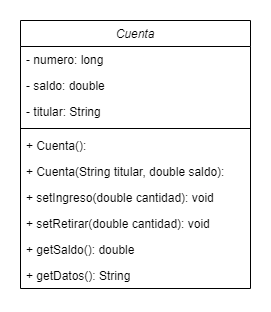
salazar3148/EjercicioPractico keeps this draw.io diagram as UML.png. Above is the earlier version. Source tidied: cells renumbered, new cells last; positions are measured from the earlier drawing's top-left corner, leaving out a move shared by most shapes. Source of this version:
```xml
<mxGraphModel>
  <root>
    <mxCell id="0" />
    <mxCell id="1" parent="0" />
    <mxCell id="2" value="Cuenta" style="swimlane;fontStyle=2;align=center;verticalAlign=top;horizontal=1;startSize=26;rounded=0;shadow=0;strokeWidth=1;" parent="1" vertex="1">
      <mxGeometry width="230" height="268" as="geometry" />
    </mxCell>
    <mxCell id="3" value="- numero: long" style="text;align=left;verticalAlign=top;spacingLeft=4;spacingRight=4;overflow=hidden;" parent="2" vertex="1">
      <mxGeometry y="26" width="230" height="26" as="geometry" />
    </mxCell>
    <mxCell id="4" value="- saldo: double" style="text;align=left;verticalAlign=top;spacingLeft=4;spacingRight=4;overflow=hidden;points=[[0,0.5],[1,0.5]];portConstraint=eastwest;rounded=0;shadow=0;html=0;" parent="2" vertex="1">
      <mxGeometry y="52" width="230" height="26" as="geometry" />
    </mxCell>
    <mxCell id="5" value="- titular: String" style="text;align=left;verticalAlign=top;spacingLeft=4;spacingRight=4;overflow=hidden;" parent="2" vertex="1">
      <mxGeometry y="78" width="230" height="26" as="geometry" />
    </mxCell>
    <mxCell id="6" style="line;html=1;strokeWidth=1;align=left;verticalAlign=middle;spacingTop=-1;spacingLeft=3;spacingRight=3;labelPosition=right;" parent="2" vertex="1">
      <mxGeometry y="104" width="230" height="8" as="geometry" />
    </mxCell>
    <mxCell id="7" value="+ Cuenta():" style="text;align=left;verticalAlign=top;spacingLeft=4;spacingRight=4;overflow=hidden;" parent="2" vertex="1">
      <mxGeometry y="112" width="230" height="26" as="geometry" />
    </mxCell>
    <mxCell id="8" value="+ Cuenta(String titular, double saldo):" style="text;align=left;verticalAlign=top;spacingLeft=4;spacingRight=4;overflow=hidden;" parent="2" vertex="1">
      <mxGeometry y="138" width="230" height="26" as="geometry" />
    </mxCell>
    <mxCell id="9" value="+ setIngreso(double cantidad): void" style="text;align=left;verticalAlign=top;spacingLeft=4;spacingRight=4;overflow=hidden;" parent="2" vertex="1">
      <mxGeometry y="164" width="230" height="26" as="geometry" />
    </mxCell>
    <mxCell id="10" value="+ setRetirar(double cantidad): void" style="text;align=left;verticalAlign=top;spacingLeft=4;spacingRight=4;overflow=hidden;" parent="2" vertex="1">
      <mxGeometry y="190" width="230" height="26" as="geometry" />
    </mxCell>
    <mxCell id="11" value="+ getSaldo(): double" style="text;align=left;verticalAlign=top;spacingLeft=4;spacingRight=4;overflow=hidden;" parent="2" vertex="1">
      <mxGeometry y="216" width="230" height="26" as="geometry" />
    </mxCell>
    <mxCell id="12" value="+ getDatos(): String" style="text;align=left;verticalAlign=top;spacingLeft=4;spacingRight=4;overflow=hidden;" parent="2" vertex="1">
      <mxGeometry y="242" width="230" height="26" as="geometry" />
    </mxCell>
  </root>
</mxGraphModel>
```
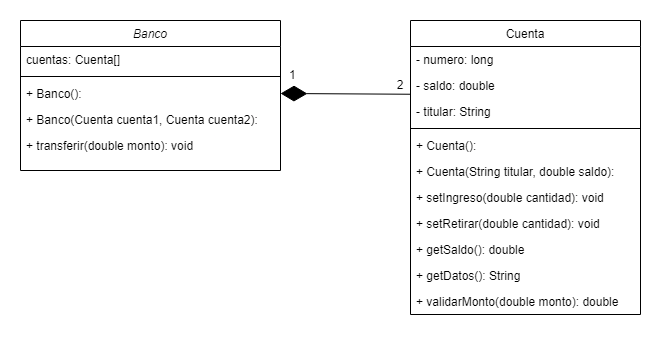
The same diagram one commit later.

Commit message:
class Banco

Change to the diagram source:
```diff
@@ -2,38 +2,68 @@
   <root>
     <mxCell id="0" />
     <mxCell id="1" parent="0" />
-    <mxCell id="2" value="Cuenta" style="swimlane;fontStyle=2;align=center;verticalAlign=top;horizontal=1;startSize=26;rounded=0;shadow=0;strokeWidth=1;" parent="1" vertex="1">
-      <mxGeometry width="230" height="268" as="geometry" />
+    <mxCell id="2" value="Banco" style="swimlane;fontStyle=2;align=center;verticalAlign=top;horizontal=1;startSize=26;rounded=0;shadow=0;strokeWidth=1;" parent="1" vertex="1">
+      <mxGeometry width="260" height="150" as="geometry" />
     </mxCell>
+    <mxCell id="5" value="cuentas: Cuenta[]" style="text;align=left;verticalAlign=top;spacingLeft=4;spacingRight=4;overflow=hidden;" parent="2" vertex="1">
+      <mxGeometry y="26" width="260" height="26" as="geometry" />
+    </mxCell>
+    <mxCell id="6" style="line;html=1;strokeWidth=1;align=left;verticalAlign=middle;spacingTop=-1;spacingLeft=3;spacingRight=3;labelPosition=right;" parent="2" vertex="1">
+      <mxGeometry y="52" width="260" height="8" as="geometry" />
+    </mxCell>
+    <mxCell id="13" value="+ Banco():" style="text;align=left;verticalAlign=top;spacingLeft=4;spacingRight=4;overflow=hidden;points=[[0,0.5],[1,0.5]];portConstraint=eastwest;" parent="2" vertex="1">
+      <mxGeometry y="60" width="260" height="26" as="geometry" />
+    </mxCell>
+    <mxCell id="14" value="+ Banco(Cuenta cuenta1, Cuenta cuenta2):" style="text;align=left;verticalAlign=top;spacingLeft=4;spacingRight=4;overflow=hidden;" parent="2" vertex="1">
+      <mxGeometry y="86" width="260" height="26" as="geometry" />
+    </mxCell>
+    <mxCell id="15" value="+ transferir(double monto): void" style="text;align=left;verticalAlign=top;spacingLeft=4;spacingRight=4;overflow=hidden;" parent="2" vertex="1">
+      <mxGeometry y="112" width="260" height="28" as="geometry" />
+    </mxCell>
+    <mxCell id="16" value="Cuenta" style="swimlane;fontStyle=0;align=center;verticalAlign=top;horizontal=1;startSize=26;rounded=0;shadow=0;strokeWidth=1;" parent="1" vertex="1">
+      <mxGeometry x="390" width="230" height="294" as="geometry" />
+    </mxCell>
-    <mxCell id="3" value="- numero: long" style="text;align=left;verticalAlign=top;spacingLeft=4;spacingRight=4;overflow=hidden;" parent="2" vertex="1">
+    <mxCell id="3" value="- numero: long" style="text;align=left;verticalAlign=top;spacingLeft=4;spacingRight=4;overflow=hidden;rounded=0;shadow=0;html=0;" parent="16" vertex="1">
       <mxGeometry y="26" width="230" height="26" as="geometry" />
     </mxCell>
-    <mxCell id="4" value="- saldo: double" style="text;align=left;verticalAlign=top;spacingLeft=4;spacingRight=4;overflow=hidden;points=[[0,0.5],[1,0.5]];portConstraint=eastwest;rounded=0;shadow=0;html=0;" parent="2" vertex="1">
+    <mxCell id="4" value="- saldo: double" style="text;align=left;verticalAlign=top;spacingLeft=4;spacingRight=4;overflow=hidden;points=[[0,0.5],[1,0.5]];portConstraint=eastwest;rounded=0;shadow=0;html=0;" parent="16" vertex="1">
       <mxGeometry y="52" width="230" height="26" as="geometry" />
     </mxCell>
-    <mxCell id="5" value="- titular: String" style="text;align=left;verticalAlign=top;spacingLeft=4;spacingRight=4;overflow=hidden;" parent="2" vertex="1">
-      <mxGeometry y="78" width="230" height="26" as="geometry" />
-    </mxCell>
-    <mxCell id="6" style="line;html=1;strokeWidth=1;align=left;verticalAlign=middle;spacingTop=-1;spacingLeft=3;spacingRight=3;labelPosition=right;" parent="2" vertex="1">
-      <mxGeometry y="104" width="230" height="8" as="geometry" />
-    </mxCell>
+    <mxCell id="17" value="- titular: String" style="text;align=left;verticalAlign=top;spacingLeft=4;spacingRight=4;overflow=hidden;rounded=0;shadow=0;html=0;" parent="16" vertex="1">
+      <mxGeometry y="78" width="230" height="26" as="geometry" />
+    </mxCell>
+    <mxCell id="18" style="line;html=1;strokeWidth=1;align=left;verticalAlign=middle;spacingTop=-1;spacingLeft=3;spacingRight=3;labelPosition=right;" parent="16" vertex="1">
+      <mxGeometry y="104" width="230" height="8" as="geometry" />
+    </mxCell>
-    <mxCell id="7" value="+ Cuenta():" style="text;align=left;verticalAlign=top;spacingLeft=4;spacingRight=4;overflow=hidden;" parent="2" vertex="1">
+    <mxCell id="7" value="+ Cuenta():" style="text;align=left;verticalAlign=top;spacingLeft=4;spacingRight=4;overflow=hidden;" parent="16" vertex="1">
       <mxGeometry y="112" width="230" height="26" as="geometry" />
     </mxCell>
-    <mxCell id="8" value="+ Cuenta(String titular, double saldo):" style="text;align=left;verticalAlign=top;spacingLeft=4;spacingRight=4;overflow=hidden;" parent="2" vertex="1">
+    <mxCell id="8" value="+ Cuenta(String titular, double saldo):" style="text;align=left;verticalAlign=top;spacingLeft=4;spacingRight=4;overflow=hidden;" parent="16" vertex="1">
       <mxGeometry y="138" width="230" height="26" as="geometry" />
     </mxCell>
-    <mxCell id="9" value="+ setIngreso(double cantidad): void" style="text;align=left;verticalAlign=top;spacingLeft=4;spacingRight=4;overflow=hidden;" parent="2" vertex="1">
+    <mxCell id="9" value="+ setIngreso(double cantidad): void" style="text;align=left;verticalAlign=top;spacingLeft=4;spacingRight=4;overflow=hidden;" parent="16" vertex="1">
       <mxGeometry y="164" width="230" height="26" as="geometry" />
     </mxCell>
-    <mxCell id="10" value="+ setRetirar(double cantidad): void" style="text;align=left;verticalAlign=top;spacingLeft=4;spacingRight=4;overflow=hidden;" parent="2" vertex="1">
+    <mxCell id="10" value="+ setRetirar(double cantidad): void" style="text;align=left;verticalAlign=top;spacingLeft=4;spacingRight=4;overflow=hidden;" parent="16" vertex="1">
       <mxGeometry y="190" width="230" height="26" as="geometry" />
     </mxCell>
-    <mxCell id="11" value="+ getSaldo(): double" style="text;align=left;verticalAlign=top;spacingLeft=4;spacingRight=4;overflow=hidden;" parent="2" vertex="1">
+    <mxCell id="11" value="+ getSaldo(): double" style="text;align=left;verticalAlign=top;spacingLeft=4;spacingRight=4;overflow=hidden;" parent="16" vertex="1">
       <mxGeometry y="216" width="230" height="26" as="geometry" />
     </mxCell>
-    <mxCell id="12" value="+ getDatos(): String" style="text;align=left;verticalAlign=top;spacingLeft=4;spacingRight=4;overflow=hidden;" parent="2" vertex="1">
+    <mxCell id="12" value="+ getDatos(): String" style="text;align=left;verticalAlign=top;spacingLeft=4;spacingRight=4;overflow=hidden;" parent="16" vertex="1">
       <mxGeometry y="242" width="230" height="26" as="geometry" />
     </mxCell>
+    <mxCell id="19" value="+ validarMonto(double monto): double" style="text;align=left;verticalAlign=top;spacingLeft=4;spacingRight=4;overflow=hidden;" parent="16" vertex="1">
+      <mxGeometry y="268" width="230" height="26" as="geometry" />
+    </mxCell>
+    <mxCell id="20" style="endArrow=diamondThin;endFill=1;endSize=24;html=1;rounded=0;entryX=1;entryY=0.5;entryDx=0;entryDy=0;exitX=-0.002;exitY=0.836;exitDx=0;exitDy=0;exitPerimeter=0;" parent="1" edge="1" source="4" target="13">
+      <mxGeometry relative="1" as="geometry" />
+    </mxCell>
+    <mxCell id="21" value="1&amp;nbsp;" style="text;html=1;strokeColor=none;fillColor=none;align=center;verticalAlign=middle;whiteSpace=wrap;rounded=0;" parent="1" vertex="1">
+      <mxGeometry x="244" y="40" width="60" height="30" as="geometry" />
+    </mxCell>
+    <mxCell id="22" value="2" style="text;html=1;strokeColor=none;fillColor=none;align=center;verticalAlign=middle;whiteSpace=wrap;rounded=0;" parent="1" vertex="1">
+      <mxGeometry x="350" y="50" width="60" height="30" as="geometry" />
+    </mxCell>
   </root>
 </mxGraphModel>
```
